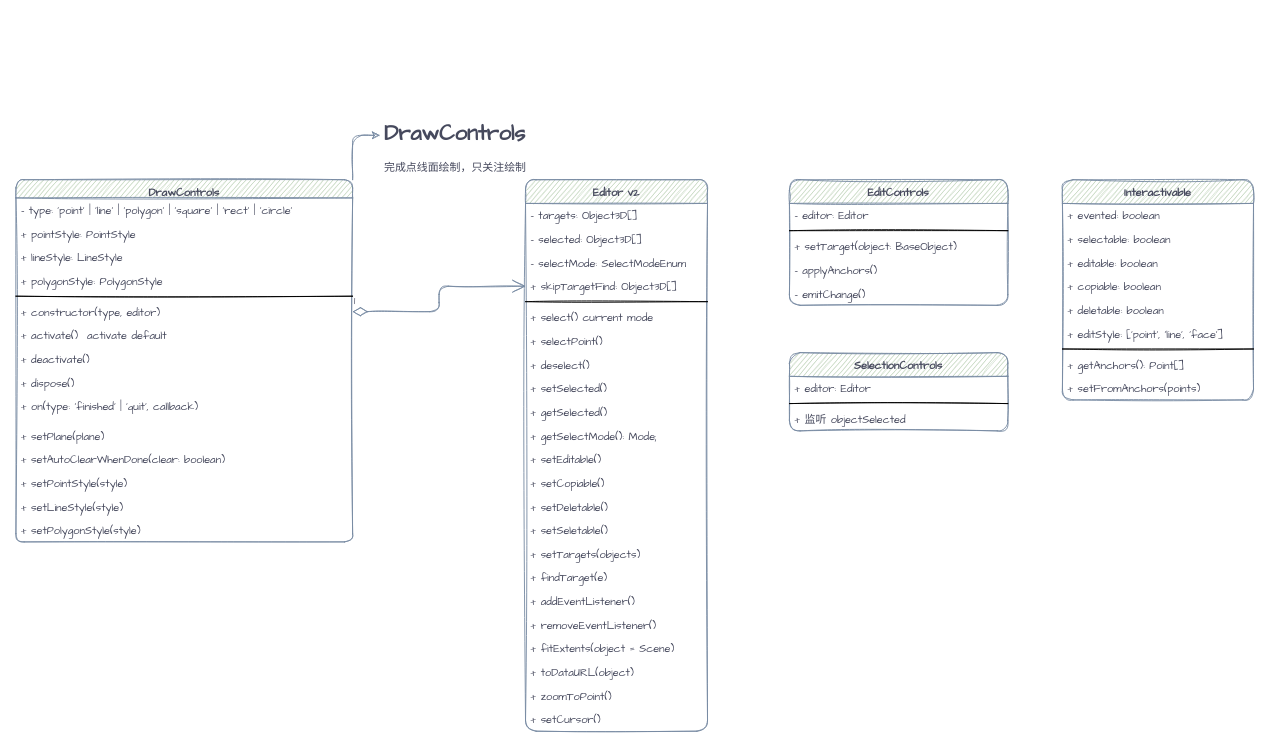
Above: page "第 2 页" (2 of 3) of 绘制区间线.drawio in liuxinqiong/drawio (draw.io), before the change. Source tidied: cells renumbered, new cells numbered last; positions are measured from the earlier drawing's top-left corner, leaving out a move shared by most shapes. Both pictures are drawn from the tidied source at 91%, with x=0, y=0 at pixel (15, 116).
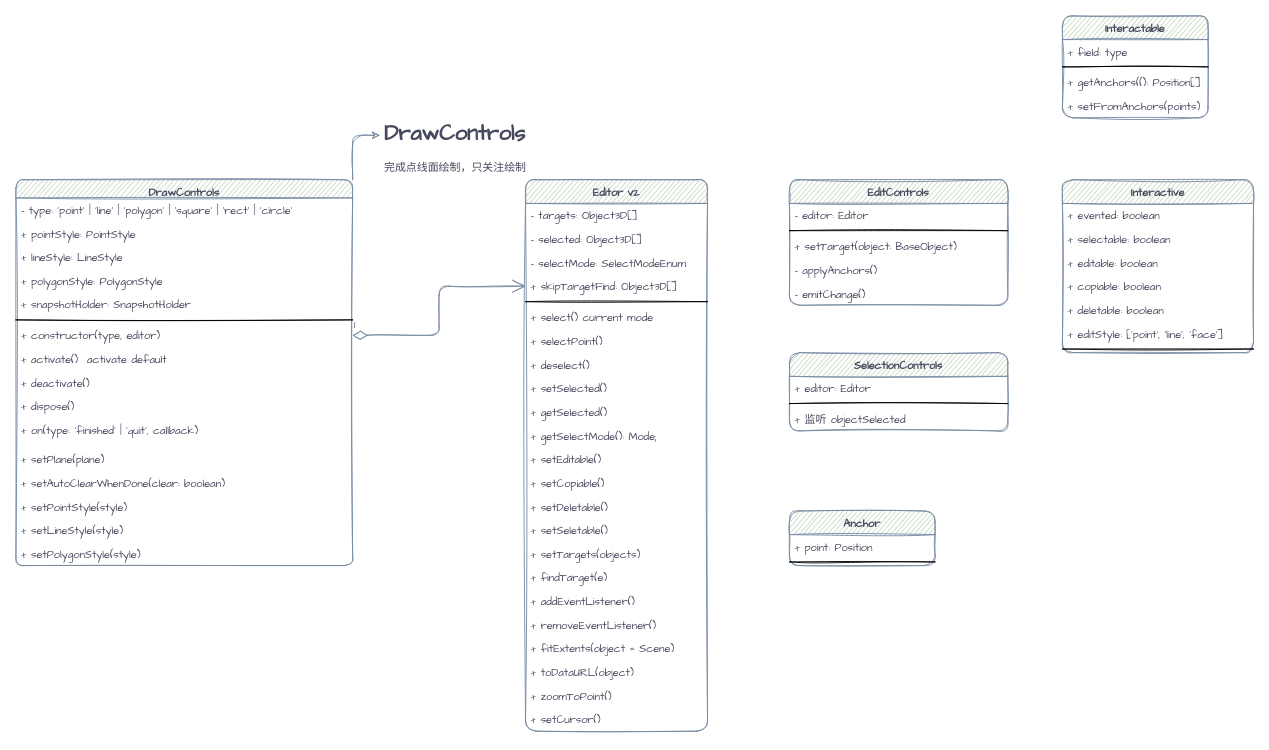
Above is the later version.

Commit message:
更新绘制区间线.drawio

Diff of the diagram source:
```diff
@@
     <mxCell id="3" value="DrawControls" style="swimlane;fontStyle=1;align=center;verticalAlign=top;horizontal=1;startSize=20;rounded=1;sketch=1;fontFamily=Comic Sans MS;fontColor=#46495D;strokeColor=#788AA3;fillColor=#B2C9AB;" parent="1" vertex="1">
-      <mxGeometry y="70" width="370" height="398" as="geometry" />
+      <mxGeometry y="70" width="370" height="424" as="geometry" />
     </mxCell>
@@
+    <mxCell id="65" value="+ snapshotHolder: SnapshotHolder" style="text;strokeColor=none;fillColor=none;align=left;verticalAlign=top;spacingLeft=4;spacingRight=4;overflow=hidden;rounded=1;sketch=1;fontFamily=Comic Sans MS;fontColor=#46495D;" parent="3" vertex="1">
+      <mxGeometry y="124" width="370" height="26" as="geometry" />
+    </mxCell>
     <mxCell id="8" style="line;strokeWidth=1;fillColor=none;align=left;verticalAlign=middle;spacingTop=-1;spacingLeft=3;spacingRight=3;labelPosition=right;rounded=1;sketch=1;fontFamily=Comic Sans MS;fontColor=#46495D;" parent="3" vertex="1">
-      <mxGeometry y="124" width="370" height="8" as="geometry" />
+      <mxGeometry y="150" width="370" height="8" as="geometry" />
     </mxCell>
     <mxCell id="9" value="+ constructor(type, editor)" style="text;strokeColor=none;fillColor=none;align=left;verticalAlign=top;spacingLeft=4;spacingRight=4;overflow=hidden;points=[[0,0.5],[1,0.5]];portConstraint=eastwest;rounded=1;sketch=1;fontFamily=Comic Sans MS;fontColor=#46495D;" parent="3" vertex="1">
-      <mxGeometry y="132" width="370" height="26" as="geometry" />
+      <mxGeometry y="158" width="370" height="26" as="geometry" />
     </mxCell>
     <mxCell id="10" value="+ activate()  activate default" style="text;strokeColor=none;fillColor=none;align=left;verticalAlign=top;spacingLeft=4;spacingRight=4;overflow=hidden;rounded=1;sketch=1;fontFamily=Comic Sans MS;fontColor=#46495D;" parent="3" vertex="1">
-      <mxGeometry y="158" width="370" height="26" as="geometry" />
+      <mxGeometry y="184" width="370" height="26" as="geometry" />
     </mxCell>
     <mxCell id="11" value="+ deactivate()" style="text;strokeColor=none;fillColor=none;align=left;verticalAlign=top;spacingLeft=4;spacingRight=4;overflow=hidden;rounded=1;sketch=1;fontFamily=Comic Sans MS;fontColor=#46495D;" parent="3" vertex="1">
-      <mxGeometry y="184" width="370" height="26" as="geometry" />
+      <mxGeometry y="210" width="370" height="26" as="geometry" />
     </mxCell>
     <mxCell id="12" value="+ dispose()" style="text;strokeColor=none;fillColor=none;align=left;verticalAlign=top;spacingLeft=4;spacingRight=4;overflow=hidden;rounded=1;sketch=1;fontFamily=Comic Sans MS;fontColor=#46495D;" parent="3" vertex="1">
-      <mxGeometry y="210" width="370" height="26" as="geometry" />
+      <mxGeometry y="236" width="370" height="26" as="geometry" />
     </mxCell>
     <mxCell id="13" value="+ on(type: 'finished' | 'quit', callback)" style="text;strokeColor=none;fillColor=none;align=left;verticalAlign=top;spacingLeft=4;spacingRight=4;overflow=hidden;rounded=1;sketch=1;fontFamily=Comic Sans MS;fontColor=#46495D;" parent="3" vertex="1">
-      <mxGeometry y="236" width="370" height="32" as="geometry" />
+      <mxGeometry y="262" width="370" height="32" as="geometry" />
     </mxCell>
     <mxCell id="14" value="+ setPlane(plane)" style="text;strokeColor=none;fillColor=none;align=left;verticalAlign=top;spacingLeft=4;spacingRight=4;overflow=hidden;rounded=1;sketch=1;fontFamily=Comic Sans MS;fontColor=#46495D;" parent="3" vertex="1">
-      <mxGeometry y="268" width="370" height="26" as="geometry" />
+      <mxGeometry y="294" width="370" height="26" as="geometry" />
     </mxCell>
     <mxCell id="15" value="+ setAutoClearWhenDone(clear: boolean)" style="text;strokeColor=none;fillColor=none;align=left;verticalAlign=top;spacingLeft=4;spacingRight=4;overflow=hidden;rounded=1;sketch=1;fontFamily=Comic Sans MS;fontColor=#46495D;" parent="3" vertex="1">
-      <mxGeometry y="294" width="370" height="26" as="geometry" />
+      <mxGeometry y="320" width="370" height="26" as="geometry" />
     </mxCell>
     <mxCell id="16" value="+ setPointStyle(style)" style="text;strokeColor=none;fillColor=none;align=left;verticalAlign=top;spacingLeft=4;spacingRight=4;overflow=hidden;rounded=1;sketch=1;fontFamily=Comic Sans MS;fontColor=#46495D;" parent="3" vertex="1">
-      <mxGeometry y="320" width="370" height="26" as="geometry" />
+      <mxGeometry y="346" width="370" height="26" as="geometry" />
     </mxCell>
     <mxCell id="17" value="+ setLineStyle(style)" style="text;strokeColor=none;fillColor=none;align=left;verticalAlign=top;spacingLeft=4;spacingRight=4;overflow=hidden;rounded=1;sketch=1;fontFamily=Comic Sans MS;fontColor=#46495D;" parent="3" vertex="1">
-      <mxGeometry y="346" width="370" height="26" as="geometry" />
+      <mxGeometry y="372" width="370" height="26" as="geometry" />
     </mxCell>
     <mxCell id="18" value="+ setPolygonStyle(style)" style="text;strokeColor=none;fillColor=none;align=left;verticalAlign=top;spacingLeft=4;spacingRight=4;overflow=hidden;rounded=1;sketch=1;fontFamily=Comic Sans MS;fontColor=#46495D;" parent="3" vertex="1">
-      <mxGeometry y="372" width="370" height="26" as="geometry" />
+      <mxGeometry y="398" width="370" height="26" as="geometry" />
     </mxCell>
@@
-    <mxCell id="49" value="Interactivable" style="swimlane;fontStyle=1;align=center;verticalAlign=top;horizontal=1;startSize=26;rounded=1;sketch=1;fontFamily=Comic Sans MS;fontColor=#46495D;strokeColor=#788AA3;fillColor=#B2C9AB;" parent="1" vertex="1">
-      <mxGeometry x="1150" y="70" width="210" height="242" as="geometry" />
+    <mxCell id="49" value="Interactive" style="swimlane;fontStyle=1;align=center;verticalAlign=top;horizontal=1;startSize=26;rounded=1;sketch=1;fontFamily=Comic Sans MS;fontColor=#46495D;strokeColor=#788AA3;fillColor=#B2C9AB;" parent="1" vertex="1">
+      <mxGeometry x="1150" y="70" width="210" height="190" as="geometry" />
     </mxCell>
@@
-    <mxCell id="57" value="+ getAnchors(): Point[]" style="text;strokeColor=none;fillColor=none;align=left;verticalAlign=top;spacingLeft=4;spacingRight=4;overflow=hidden;rounded=1;sketch=1;fontFamily=Comic Sans MS;fontColor=#46495D;" parent="49" vertex="1">
-      <mxGeometry y="190" width="210" height="26" as="geometry" />
-    </mxCell>
-    <mxCell id="58" value="+ setFromAnchors(points)" style="text;strokeColor=none;fillColor=none;align=left;verticalAlign=top;spacingLeft=4;spacingRight=4;overflow=hidden;rounded=1;sketch=1;fontFamily=Comic Sans MS;fontColor=#46495D;" parent="49" vertex="1">
-      <mxGeometry y="216" width="210" height="26" as="geometry" />
-    </mxCell>
@@
+    <mxCell id="66" value="Anchor" style="swimlane;fontStyle=1;align=center;verticalAlign=top;horizontal=1;startSize=26;rounded=1;sketch=1;fontFamily=Comic Sans MS;fontColor=#46495D;strokeColor=#788AA3;fillColor=#B2C9AB;" parent="1" vertex="1">
+      <mxGeometry x="850" y="434" width="160" height="60" as="geometry" />
+    </mxCell>
+    <mxCell id="67" value="+ point: Position" style="text;strokeColor=none;fillColor=none;align=left;verticalAlign=top;spacingLeft=4;spacingRight=4;overflow=hidden;rounded=1;sketch=1;fontFamily=Comic Sans MS;fontColor=#46495D;" parent="66" vertex="1">
+      <mxGeometry y="26" width="160" height="26" as="geometry" />
+    </mxCell>
+    <mxCell id="68" style="line;strokeWidth=1;fillColor=none;align=left;verticalAlign=middle;spacingTop=-1;spacingLeft=3;spacingRight=3;labelPosition=right;rounded=1;sketch=1;fontFamily=Comic Sans MS;fontColor=#46495D;" parent="66" vertex="1">
+      <mxGeometry y="52" width="160" height="8" as="geometry" />
+    </mxCell>
+    <mxCell id="69" value="Interactable" style="swimlane;fontStyle=1;align=center;verticalAlign=top;horizontal=1;startSize=26;rounded=1;sketch=1;fontFamily=Comic Sans MS;fontColor=#46495D;strokeColor=#788AA3;fillColor=#B2C9AB;" parent="1" vertex="1">
+      <mxGeometry x="1150" y="-110" width="160" height="112" as="geometry" />
+    </mxCell>
+    <mxCell id="70" value="+ field: type" style="text;strokeColor=none;fillColor=none;align=left;verticalAlign=top;spacingLeft=4;spacingRight=4;overflow=hidden;rounded=1;sketch=1;fontFamily=Comic Sans MS;fontColor=#46495D;" parent="69" vertex="1">
+      <mxGeometry y="26" width="160" height="26" as="geometry" />
+    </mxCell>
+    <mxCell id="71" style="line;strokeWidth=1;fillColor=none;align=left;verticalAlign=middle;spacingTop=-1;spacingLeft=3;spacingRight=3;labelPosition=right;rounded=1;sketch=1;fontFamily=Comic Sans MS;fontColor=#46495D;" parent="69" vertex="1">
+      <mxGeometry y="52" width="160" height="8" as="geometry" />
+    </mxCell>
+    <mxCell id="72" value="+ getAnchors((): Position[]" style="text;strokeColor=none;fillColor=none;align=left;verticalAlign=top;spacingLeft=4;spacingRight=4;overflow=hidden;rounded=1;sketch=1;fontFamily=Comic Sans MS;fontColor=#46495D;" parent="69" vertex="1">
+      <mxGeometry y="60" width="160" height="26" as="geometry" />
+    </mxCell>
+    <mxCell id="58" value="+ setFromAnchors(points)" style="text;strokeColor=none;fillColor=none;align=left;verticalAlign=top;spacingLeft=4;spacingRight=4;overflow=hidden;rounded=1;sketch=1;fontFamily=Comic Sans MS;fontColor=#46495D;" parent="69" vertex="1">
+      <mxGeometry y="86" width="160" height="26" as="geometry" />
+    </mxCell>
```
